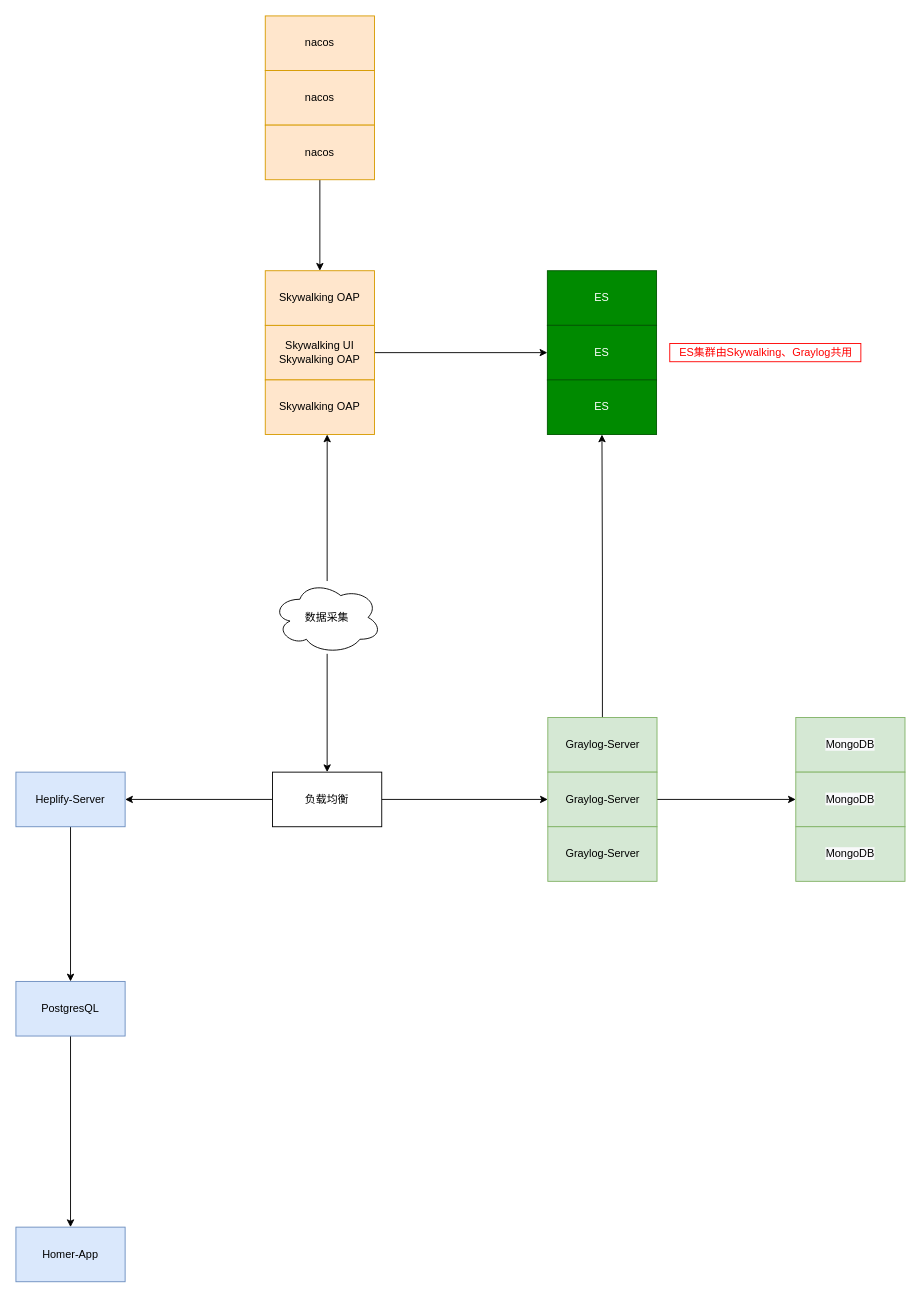
Above: zabbix-Screens/运维架构图-20210122.drawio in datacloud21/Monitor (draw.io), before the change. Source tidied: cells renumbered, new cells numbered last; positions are measured from the earlier drawing's top-left corner, leaving out a move shared by most shapes. Both pictures are drawn from the tidied source at 91%, with x=0, y=0 at pixel (15, 15).
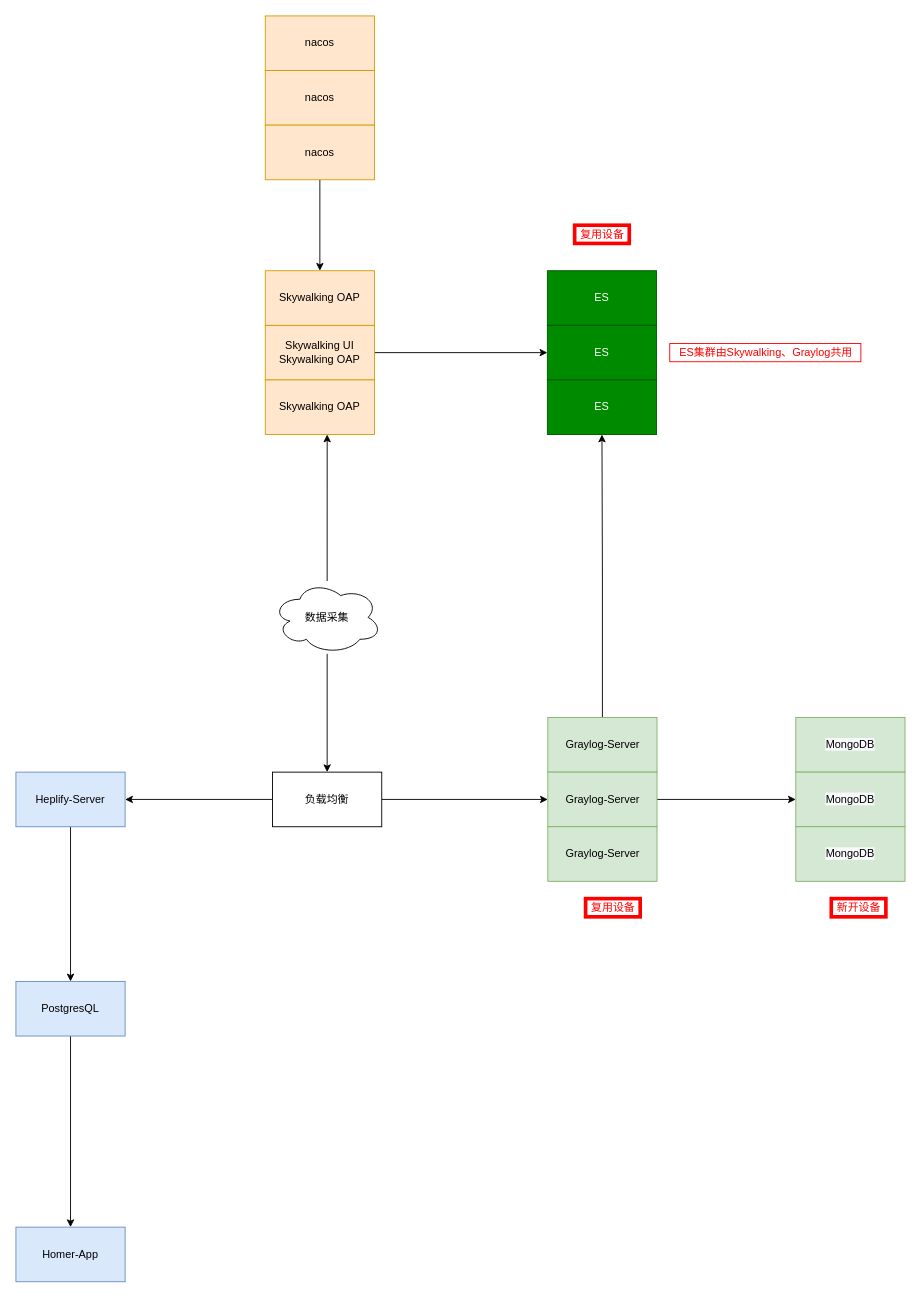
Above is the later version.

Commit message:
Update 运维架构图-20210122.drawio

Diff of the diagram source:
```diff
@@
+    <mxCell id="33" value="复用设备" style="text;html=1;align=center;verticalAlign=middle;strokeColor=#FF0000;fontColor=#FF0000;strokeWidth=4;perimeterSpacing=6;" parent="1" vertex="1">
+      <mxGeometry x="614" y="230" width="60" height="20" as="geometry" />
+    </mxCell>
+    <mxCell id="34" value="复用设备" style="text;html=1;align=center;verticalAlign=middle;strokeColor=#FF0000;fontColor=#FF0000;strokeWidth=4;perimeterSpacing=6;" parent="1" vertex="1">
+      <mxGeometry x="626" y="970" width="60" height="20" as="geometry" />
+    </mxCell>
+    <mxCell id="35" value="新开设备" style="text;html=1;align=center;verticalAlign=middle;strokeColor=#FF0000;fontColor=#FF0000;strokeWidth=4;perimeterSpacing=6;" parent="1" vertex="1">
+      <mxGeometry x="896" y="970" width="60" height="20" as="geometry" />
+    </mxCell>
```
